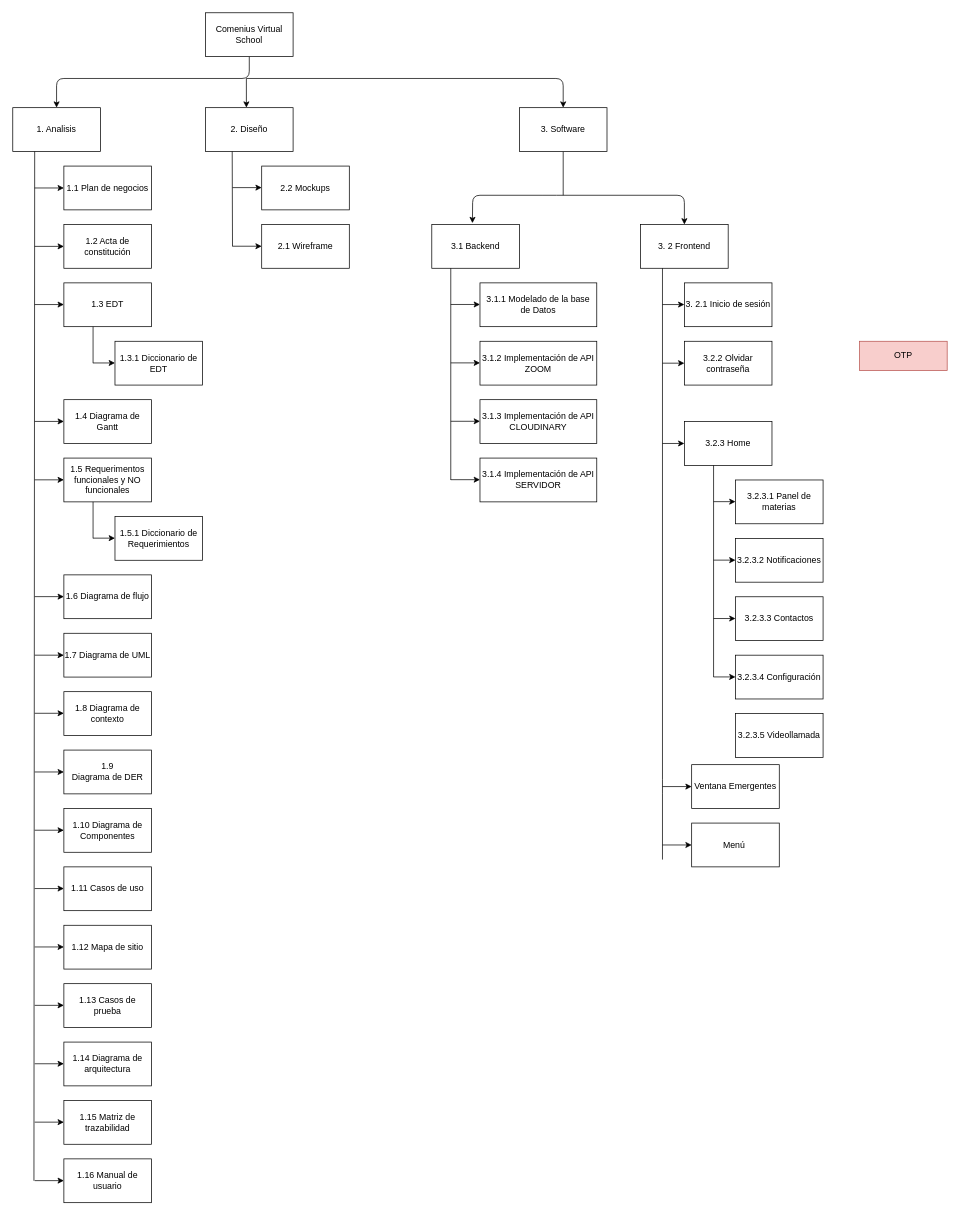
This is page "EDT" (1 of 2) of edt.drawio from pr1mus-h4ck/diagramas, a draw.io file, before an edit. Source tidied: cells renumbered, new cells numbered last; positions are measured from the earlier drawing's top-left corner, leaving out a move shared by most shapes. Both pictures are drawn from the tidied source at 73%, with x=0, y=0 at pixel (12, 12).
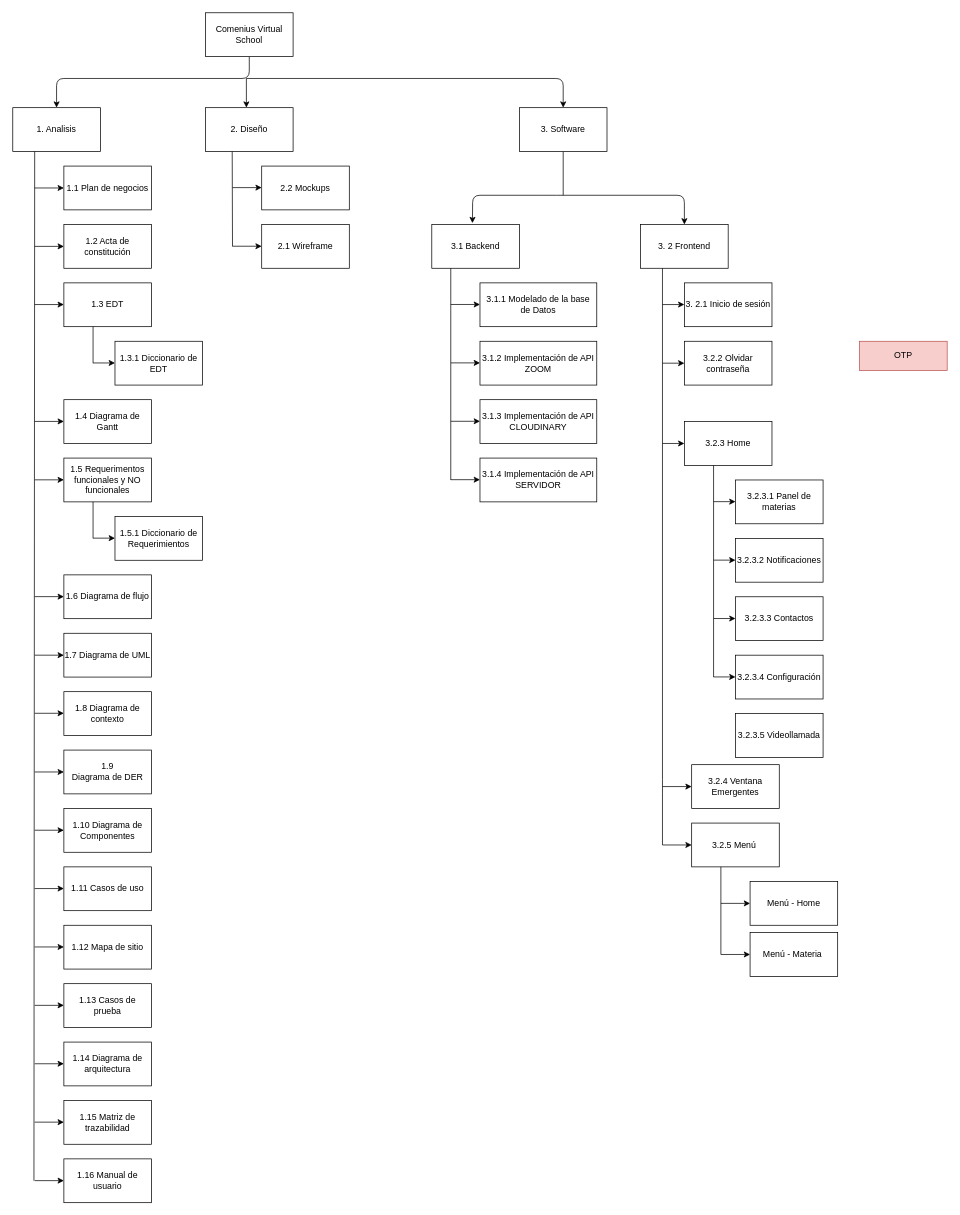
The same page after the edit.

Change to the diagram source:
```diff
@@
     <mxCell id="68" style="endArrow=none;html=1;" parent="1" edge="1">
       <mxGeometry relative="1" as="geometry">
-        <mxPoint x="890" y="1160" as="sourcePoint" />
+        <mxPoint x="890" y="1140" as="sourcePoint" />
         <mxPoint x="890" y="350" as="targetPoint" />
         <Array as="points">
           <mxPoint x="890" y="1060" />
         </Array>
       </mxGeometry>
     </mxCell>
@@
-    <mxCell id="84" value="Ventana Emergentes" style="rounded=0;whiteSpace=wrap;html=1;" parent="1" vertex="1">
+    <mxCell id="84" value="3.2.4 Ventana Emergentes" style="rounded=0;whiteSpace=wrap;html=1;" parent="1" vertex="1">
       <mxGeometry x="930" y="1030" width="120" height="60" as="geometry" />
     </mxCell>
-    <mxCell id="85" value="Menú&amp;nbsp;" style="rounded=0;whiteSpace=wrap;html=1;" parent="1" vertex="1">
+    <mxCell id="85" value="3.2.5 Menú&amp;nbsp;" style="rounded=0;whiteSpace=wrap;html=1;" parent="1" vertex="1">
       <mxGeometry x="930" y="1110" width="120" height="60" as="geometry" />
     </mxCell>
@@
+    <mxCell id="88" value="Menú - Home" style="rounded=0;whiteSpace=wrap;html=1;" parent="1" vertex="1">
+      <mxGeometry x="1010" y="1190" width="120" height="60" as="geometry" />
+    </mxCell>
+    <mxCell id="89" value="Menú - Materia&amp;nbsp;" style="rounded=0;whiteSpace=wrap;html=1;" parent="1" vertex="1">
+      <mxGeometry x="1010" y="1260" width="120" height="60" as="geometry" />
+    </mxCell>
+    <mxCell id="90" style="endArrow=none;html=1;" parent="1" edge="1">
+      <mxGeometry relative="1" as="geometry">
+        <mxPoint x="970" y="1290" as="sourcePoint" />
+        <mxPoint x="970" y="1170" as="targetPoint" />
+      </mxGeometry>
+    </mxCell>
+    <mxCell id="91" style="endArrow=classic;html=1;" parent="1" edge="1" target="88">
+      <mxGeometry relative="1" as="geometry">
+        <mxPoint x="970" y="1220" as="sourcePoint" />
+      </mxGeometry>
+    </mxCell>
+    <mxCell id="92" style="endArrow=classic;html=1;entryX=0;entryY=0.5;entryDx=0;entryDy=0;" parent="1" edge="1" target="89">
+      <mxGeometry relative="1" as="geometry">
+        <mxPoint x="970" y="1290" as="sourcePoint" />
+      </mxGeometry>
+    </mxCell>
```
